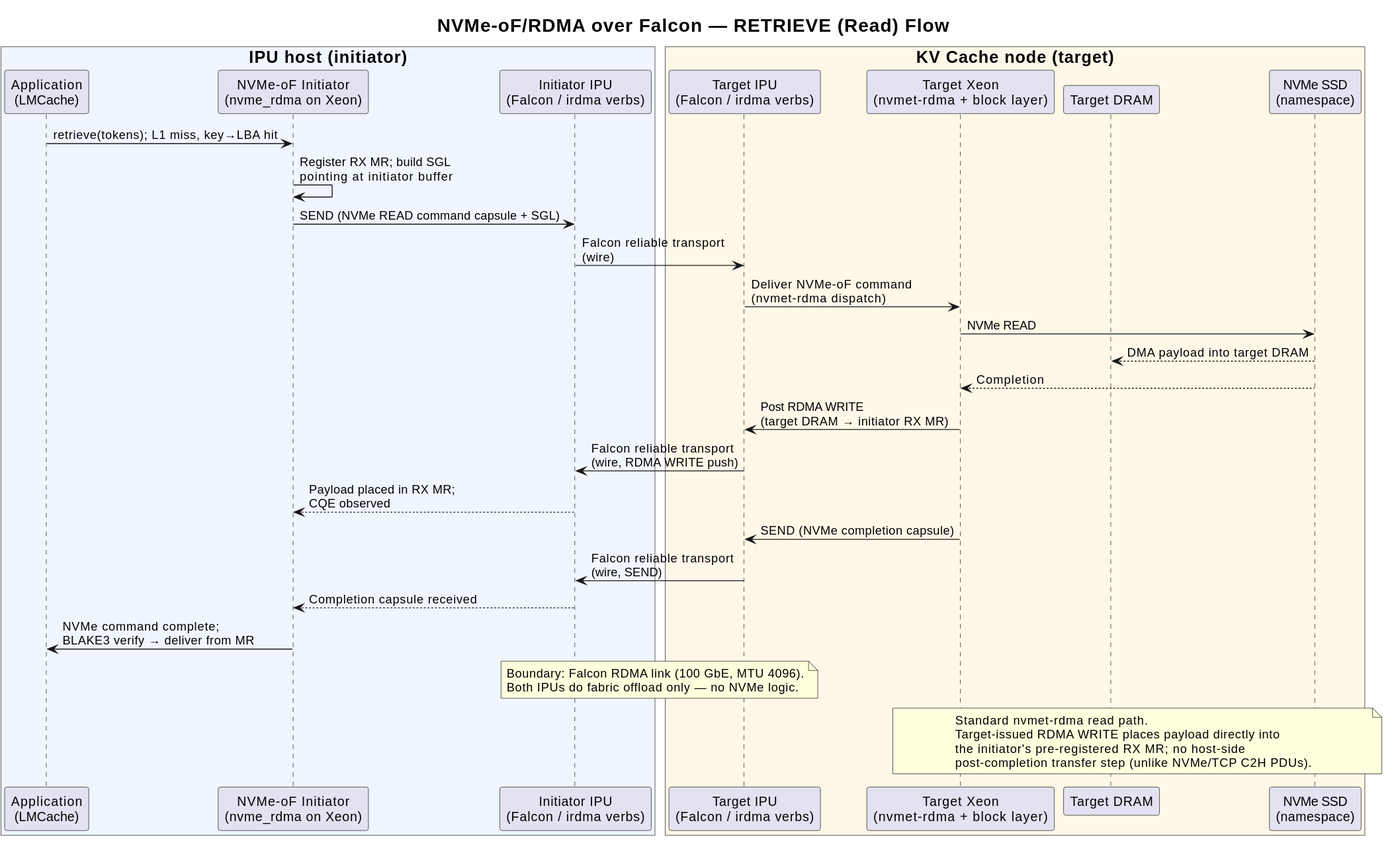
Above: docs/design/v1/platform/ipu-poc/diagrams/architecture-a-nvmeof-falcon-retrieve-flow.svg in tsg-/LMCache (PlantUML), before the change.
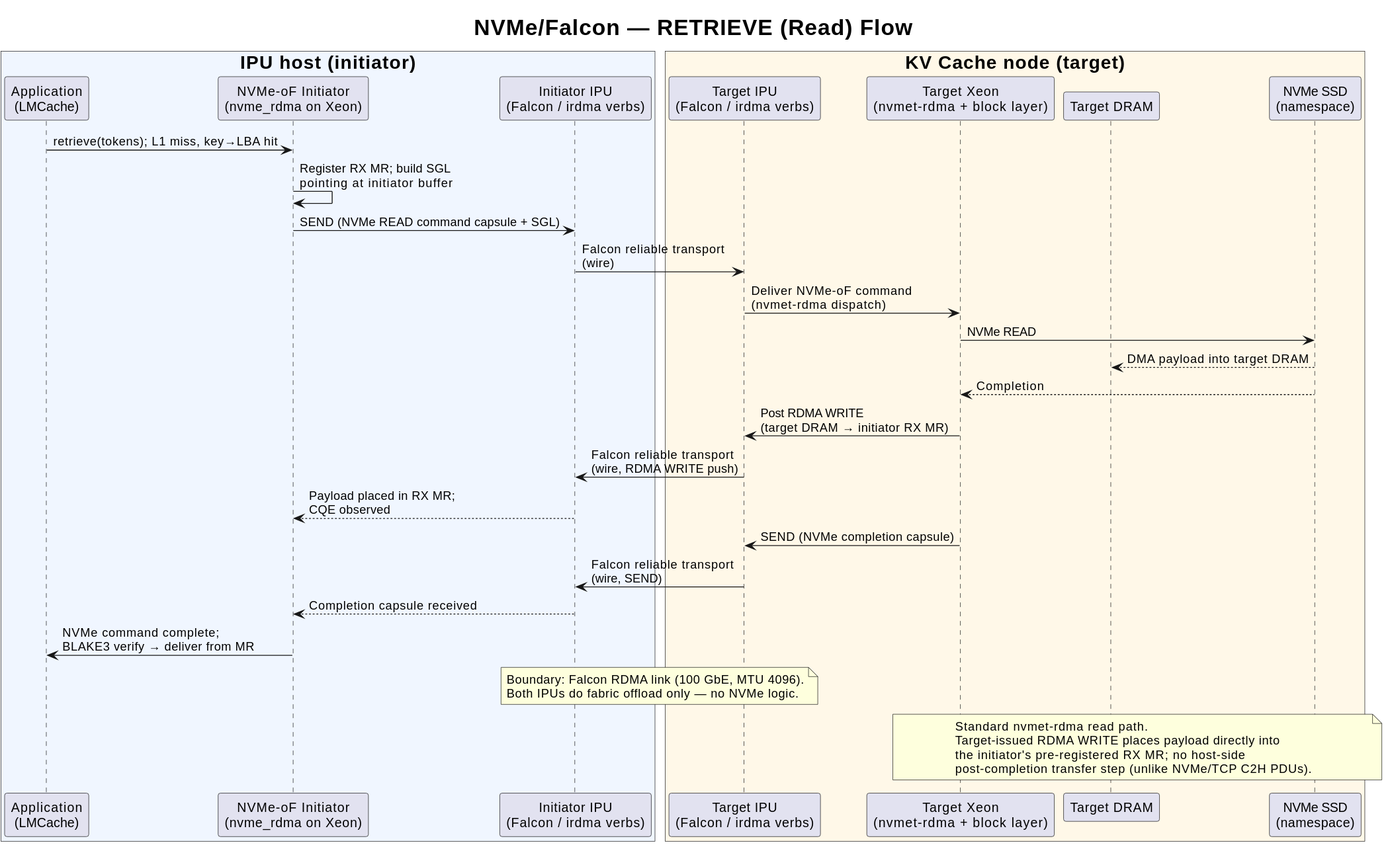
Above is the later version.

Commit message:
docs(alt): retitle Falcon flow diagrams and rebalance fonts

The edit, as a diff of the source:
```diff
@@ -1,14 +1,14 @@
 @startuml
-skinparam TitleFontSize 20
-title NVMe-oF/RDMA over Falcon — RETRIEVE (Read) Flow
+skinparam TitleFontSize 24
+title NVMe/Falcon — RETRIEVE (Read) Flow
 
-box "<size:18><b>IPU host (initiator)</b></size>" #F0F6FF
+box "<size:20><b>IPU host (initiator)</b></size>" #F0F6FF
 participant "Application\n(LMCache)" as APP
 participant "NVMe-oF Initiator\n(nvme_rdma on Xeon)" as INIT
 participant "Initiator IPU\n(Falcon / irdma verbs)" as IFAL
 end box
 
-box "<size:18><b>KV Cache node (target)</b></size>" #FFF8E8
+box "<size:20><b>KV Cache node (target)</b></size>" #FFF8E8
 participant "Target IPU\n(Falcon / irdma verbs)" as TFAL
 participant "Target Xeon\n(nvmet-rdma + block layer)" as CPU
 participant "Target DRAM" as TDDR
```
